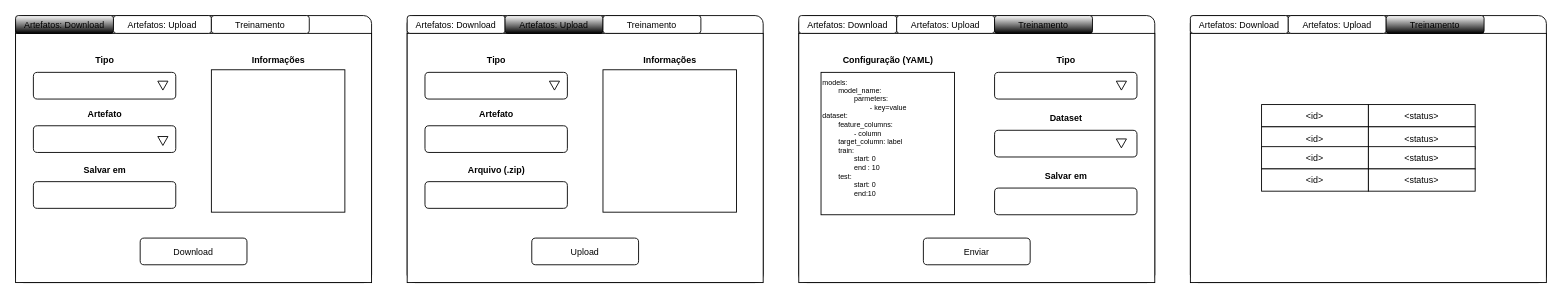
This is page "Tela - Usuário" (3 of 3) of hub/reference.drawio from moesio-f/ml-hub, a draw.io file, before an edit. Source tidied: cells renumbered, new cells numbered last; positions are measured from the earlier drawing's top-left corner, leaving out a move shared by most shapes. Both pictures are drawn from the tidied source at 89%, with x=0, y=0 at pixel (15, 15).
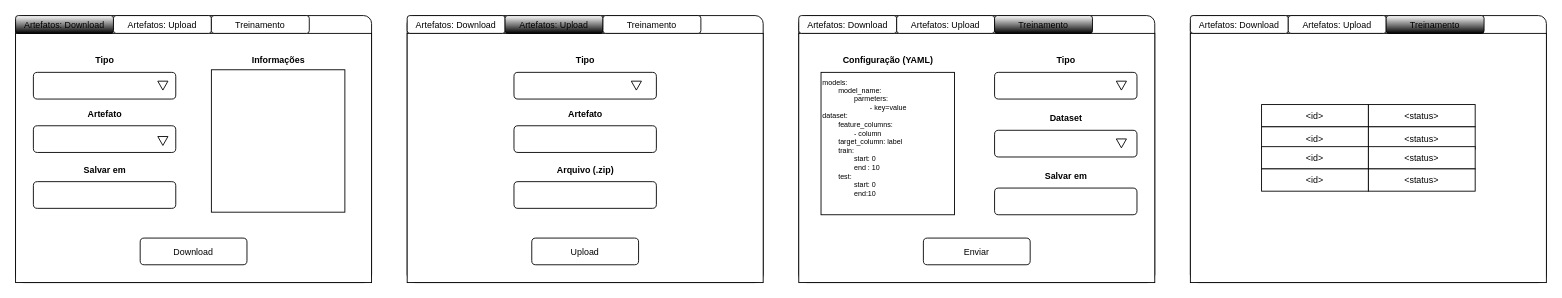
The same page after the edit.

Diff of the diagram source:
```diff
@@
     <mxCell id="22" style="rounded=1;whiteSpace=wrap;html=1;" parent="1" vertex="1">
-      <mxGeometry x="460" y="123.8" width="160" height="30" as="geometry" />
+      <mxGeometry x="560" y="123.8" width="160" height="30" as="geometry" />
     </mxCell>
     <mxCell id="23" value="Artefato" style="text;html=1;strokeColor=none;fillColor=none;align=center;verticalAlign=middle;whiteSpace=wrap;rounded=0;fontSize=10;fontStyle=1;" parent="1" vertex="1">
-      <mxGeometry x="487.5" y="100" width="105" height="20" as="geometry" />
+      <mxGeometry x="587.5" y="100" width="105" height="20" as="geometry" />
     </mxCell>
@@
     <mxCell id="25" style="rounded=1;whiteSpace=wrap;html=1;" parent="1" vertex="1">
-      <mxGeometry x="460" y="63.8" width="160" height="30" as="geometry" />
+      <mxGeometry x="560" y="63.8" width="160" height="30" as="geometry" />
     </mxCell>
     <mxCell id="26" value="Tipo" style="text;html=1;strokeColor=none;fillColor=none;align=center;verticalAlign=middle;whiteSpace=wrap;rounded=0;fontSize=10;fontStyle=1;" parent="1" vertex="1">
-      <mxGeometry x="487.5" y="40" width="105" height="20" as="geometry" />
+      <mxGeometry x="587.5" y="40" width="105" height="20" as="geometry" />
     </mxCell>
     <mxCell id="27" style="triangle;whiteSpace=wrap;html=1;fontSize=10;gradientColor=none;rotation=90;" parent="1" vertex="1">
-      <mxGeometry x="600.5" y="73" width="10" height="11.4" as="geometry" />
+      <mxGeometry x="692.5" y="73" width="10" height="11.4" as="geometry" />
     </mxCell>
     <mxCell id="28" style="rounded=1;whiteSpace=wrap;html=1;" parent="1" vertex="1">
-      <mxGeometry x="460" y="186.6" width="160" height="30" as="geometry" />
+      <mxGeometry x="560" y="186.6" width="160" height="30" as="geometry" />
     </mxCell>
     <mxCell id="29" value="Arquivo (.zip)" style="text;html=1;strokeColor=none;fillColor=none;align=center;verticalAlign=middle;whiteSpace=wrap;rounded=0;fontSize=10;fontStyle=1;" parent="1" vertex="1">
-      <mxGeometry x="487.5" y="162.9" width="105" height="20" as="geometry" />
+      <mxGeometry x="587.5" y="162.9" width="105" height="20" as="geometry" />
     </mxCell>
@@
-    <mxCell id="31" style="rounded=0;whiteSpace=wrap;html=1;fontSize=10;gradientColor=none;" parent="1" vertex="1">
-      <mxGeometry x="660" y="60.9" width="150" height="160" as="geometry" />
-    </mxCell>
-    <mxCell id="32" value="Informações" style="text;html=1;strokeColor=none;fillColor=none;align=center;verticalAlign=middle;whiteSpace=wrap;rounded=0;fontSize=10;fontStyle=1;" parent="1" vertex="1">
-      <mxGeometry x="682.5" y="40" width="105" height="20" as="geometry" />
-    </mxCell>
```
